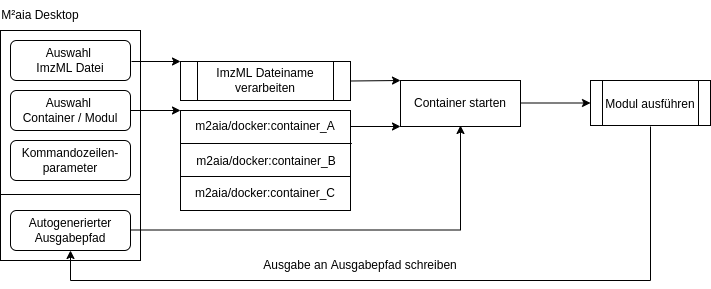
This is Architecture.png from L0ren2/M2aia-Docker, a draw.io export, as it was before one commit. Source tidied: cells renumbered, new cells last; positions are measured from the earlier drawing's top-left corner, leaving out a move shared by most shapes. Its diagram source:
```xml
<mxGraphModel>
  <root>
    <mxCell id="0" />
    <mxCell id="1" parent="0" />
    <mxCell id="2" style="whiteSpace=wrap;html=1;" parent="1" vertex="1">
      <mxGeometry y="30" width="140" height="230" as="geometry" />
    </mxCell>
    <mxCell id="3" value="M²aia Desktop" style="text;html=1;strokeColor=none;fillColor=none;align=center;verticalAlign=middle;whiteSpace=wrap;rounded=0;" parent="1" vertex="1">
      <mxGeometry width="80" height="30" as="geometry" />
    </mxCell>
    <mxCell id="4" style="rounded=1;whiteSpace=wrap;html=1;" parent="1" vertex="1">
      <mxGeometry x="10" y="40" width="120" height="40" as="geometry" />
    </mxCell>
    <mxCell id="5" value="Auswahl &lt;br&gt;ImzML Datei" style="text;html=1;strokeColor=none;fillColor=none;align=center;verticalAlign=middle;whiteSpace=wrap;rounded=0;" parent="1" vertex="1">
      <mxGeometry x="10" y="45" width="120" height="30" as="geometry" />
    </mxCell>
    <mxCell id="6" style="rounded=1;whiteSpace=wrap;html=1;" parent="1" vertex="1">
      <mxGeometry x="10" y="90" width="120" height="40" as="geometry" />
    </mxCell>
    <mxCell id="7" value="Auswahl &lt;br&gt;Container / Modul" style="text;html=1;strokeColor=none;fillColor=none;align=center;verticalAlign=middle;whiteSpace=wrap;rounded=0;" parent="1" vertex="1">
      <mxGeometry x="10" y="95" width="120" height="30" as="geometry" />
    </mxCell>
    <mxCell id="8" style="rounded=1;whiteSpace=wrap;html=1;" parent="1" vertex="1">
      <mxGeometry x="10" y="140" width="120" height="40" as="geometry" />
    </mxCell>
    <mxCell id="9" value="Kommandozeilen-parameter" style="text;html=1;strokeColor=none;fillColor=none;align=center;verticalAlign=middle;whiteSpace=wrap;rounded=0;" parent="1" vertex="1">
      <mxGeometry x="10" y="145" width="120" height="30" as="geometry" />
    </mxCell>
    <mxCell id="10" style="rounded=1;whiteSpace=wrap;html=1;" parent="1" vertex="1">
      <mxGeometry x="10" y="210" width="120" height="40" as="geometry" />
    </mxCell>
    <mxCell id="11" value="Autogenerierter Ausgabepfad" style="text;html=1;strokeColor=none;fillColor=none;align=center;verticalAlign=middle;whiteSpace=wrap;rounded=0;" parent="1" vertex="1">
      <mxGeometry x="10" y="215" width="120" height="30" as="geometry" />
    </mxCell>
    <mxCell id="12" style="endArrow=none;html=1;" parent="1" edge="1">
      <mxGeometry relative="1" as="geometry">
        <mxPoint y="194" as="sourcePoint" />
        <mxPoint x="140" y="194" as="targetPoint" />
      </mxGeometry>
    </mxCell>
    <mxCell id="13" style="rounded=0;whiteSpace=wrap;html=1;" parent="1" vertex="1">
      <mxGeometry x="180" y="110" width="170" height="100" as="geometry" />
    </mxCell>
    <mxCell id="14" style="endArrow=none;html=1;exitX=0;exitY=0.33;exitDx=0;exitDy=0;entryX=1.008;entryY=0.33;entryDx=0;entryDy=0;exitPerimeter=0;entryPerimeter=0;" parent="1" edge="1" source="13" target="13">
      <mxGeometry relative="1" as="geometry" />
    </mxCell>
    <mxCell id="15" style="endArrow=none;html=1;entryX=1;entryY=0.66;entryDx=0;entryDy=0;entryPerimeter=0;" parent="1" edge="1" target="13">
      <mxGeometry relative="1" as="geometry">
        <mxPoint x="180" y="176" as="sourcePoint" />
      </mxGeometry>
    </mxCell>
    <mxCell id="16" value="m2aia/docker:container_A" style="text;html=1;strokeColor=none;fillColor=none;align=center;verticalAlign=middle;whiteSpace=wrap;rounded=0;" parent="1" vertex="1">
      <mxGeometry x="180" y="111" width="170" height="30" as="geometry" />
    </mxCell>
    <mxCell id="17" value="m2aia/docker:container_B" style="text;html=1;strokeColor=none;fillColor=none;align=center;verticalAlign=middle;whiteSpace=wrap;rounded=0;" parent="1" vertex="1">
      <mxGeometry x="181" y="146" width="170" height="30" as="geometry" />
    </mxCell>
    <mxCell id="18" value="m2aia/docker:container_C" style="text;html=1;strokeColor=none;fillColor=none;align=center;verticalAlign=middle;whiteSpace=wrap;rounded=0;" parent="1" vertex="1">
      <mxGeometry x="180" y="178" width="170" height="30" as="geometry" />
    </mxCell>
    <mxCell id="19" style="endArrow=classic;html=1;exitX=1;exitY=0.5;exitDx=0;exitDy=0;entryX=0;entryY=0;entryDx=0;entryDy=0;" parent="1" edge="1" source="7" target="13">
      <mxGeometry relative="1" as="geometry" />
    </mxCell>
    <mxCell id="20" style="shape=process;whiteSpace=wrap;html=1;backgroundOutline=1;" parent="1" vertex="1">
      <mxGeometry x="180" y="61" width="170" height="39" as="geometry" />
    </mxCell>
    <mxCell id="21" value="ImzML Dateiname verarbeiten" style="text;html=1;strokeColor=none;fillColor=none;align=center;verticalAlign=middle;whiteSpace=wrap;rounded=0;" parent="1" vertex="1">
      <mxGeometry x="200" y="60" width="130" height="40" as="geometry" />
    </mxCell>
    <mxCell id="22" style="endArrow=classic;html=1;exitX=1;exitY=0.5;exitDx=0;exitDy=0;entryX=0;entryY=0;entryDx=0;entryDy=0;" parent="1" edge="1" target="20">
      <mxGeometry relative="1" as="geometry">
        <mxPoint x="131" y="61" as="sourcePoint" />
      </mxGeometry>
    </mxCell>
    <mxCell id="23" style="endArrow=classic;html=1;exitX=1;exitY=0.5;exitDx=0;exitDy=0;" parent="1" edge="1" source="16">
      <mxGeometry relative="1" as="geometry">
        <mxPoint x="400" y="126" as="targetPoint" />
      </mxGeometry>
    </mxCell>
    <mxCell id="24" style="endArrow=classic;html=1;exitX=1;exitY=0.5;exitDx=0;exitDy=0;entryX=0;entryY=0;entryDx=0;entryDy=0;" parent="1" edge="1" source="20" target="25">
      <mxGeometry relative="1" as="geometry" />
    </mxCell>
    <mxCell id="25" style="rounded=0;whiteSpace=wrap;html=1;" parent="1" vertex="1">
      <mxGeometry x="400" y="80" width="120" height="46" as="geometry" />
    </mxCell>
    <mxCell id="26" value="Container starten" style="text;html=1;strokeColor=none;fillColor=none;align=center;verticalAlign=middle;whiteSpace=wrap;rounded=0;" parent="1" vertex="1">
      <mxGeometry x="400" y="80" width="120" height="45" as="geometry" />
    </mxCell>
    <mxCell id="27" style="endArrow=classic;html=1;exitX=1;exitY=0.5;exitDx=0;exitDy=0;entryX=0.5;entryY=1;entryDx=0;entryDy=0;edgeStyle=orthogonalEdgeStyle;rounded=0;" parent="1" edge="1" target="26">
      <mxGeometry relative="1" as="geometry">
        <mxPoint x="131" y="229.5" as="sourcePoint" />
      </mxGeometry>
    </mxCell>
    <mxCell id="28" style="shape=process;whiteSpace=wrap;html=1;backgroundOutline=1;" parent="1" vertex="1">
      <mxGeometry x="590" y="80" width="120" height="45" as="geometry" />
    </mxCell>
    <mxCell id="29" style="endArrow=classic;html=1;rounded=0;exitX=1;exitY=0.5;exitDx=0;exitDy=0;entryX=0;entryY=0.5;entryDx=0;entryDy=0;" parent="1" edge="1" source="26" target="28">
      <mxGeometry relative="1" as="geometry" />
    </mxCell>
    <mxCell id="30" value="Modul ausführen" style="text;html=1;strokeColor=none;fillColor=none;align=center;verticalAlign=middle;whiteSpace=wrap;rounded=0;" parent="1" vertex="1">
      <mxGeometry x="600" y="81" width="100" height="45" as="geometry" />
    </mxCell>
    <mxCell id="31" style="endArrow=classic;html=1;rounded=0;entryX=0.5;entryY=1;entryDx=0;entryDy=0;exitX=0.5;exitY=1;exitDx=0;exitDy=0;" parent="1" edge="1" source="30" target="10">
      <mxGeometry relative="1" as="geometry">
        <Array as="points">
          <mxPoint x="650" y="280" />
          <mxPoint x="70" y="280" />
        </Array>
      </mxGeometry>
    </mxCell>
    <mxCell id="32" value="Ausgabe an Ausgabepfad schreiben" style="text;html=1;strokeColor=none;fillColor=none;align=center;verticalAlign=middle;whiteSpace=wrap;rounded=0;" parent="1" vertex="1">
      <mxGeometry x="70" y="250" width="580" height="30" as="geometry" />
    </mxCell>
  </root>
</mxGraphModel>
```
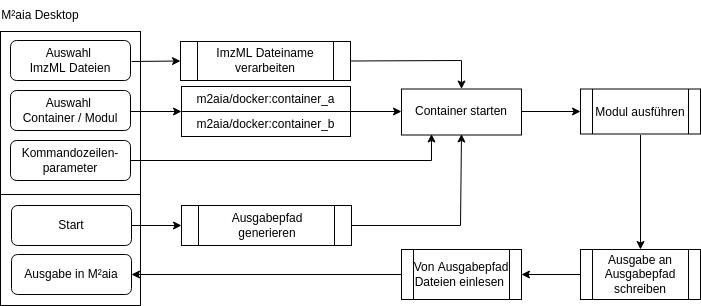
The same diagram one commit later.

Diff of the diagram source:
```diff
@@ -3,113 +3,143 @@
     <mxCell id="0" />
     <mxCell id="1" parent="0" />
     <mxCell id="2" style="whiteSpace=wrap;html=1;" parent="1" vertex="1">
-      <mxGeometry y="30" width="140" height="230" as="geometry" />
+      <mxGeometry y="-14" width="140" height="274" as="geometry" />
     </mxCell>
     <mxCell id="3" value="M²aia Desktop" style="text;html=1;strokeColor=none;fillColor=none;align=center;verticalAlign=middle;whiteSpace=wrap;rounded=0;" parent="1" vertex="1">
-      <mxGeometry width="80" height="30" as="geometry" />
+      <mxGeometry y="-45" width="80" height="30" as="geometry" />
     </mxCell>
     <mxCell id="4" style="rounded=1;whiteSpace=wrap;html=1;" parent="1" vertex="1">
-      <mxGeometry x="10" y="40" width="120" height="40" as="geometry" />
+      <mxGeometry x="10" y="-5" width="120" height="40" as="geometry" />
     </mxCell>
-    <mxCell id="5" value="Auswahl &lt;br&gt;ImzML Datei" style="text;html=1;strokeColor=none;fillColor=none;align=center;verticalAlign=middle;whiteSpace=wrap;rounded=0;" parent="1" vertex="1">
-      <mxGeometry x="10" y="45" width="120" height="30" as="geometry" />
+    <mxCell id="5" value="Auswahl &lt;br&gt;ImzML Dateien" style="text;html=1;strokeColor=none;fillColor=none;align=center;verticalAlign=middle;whiteSpace=wrap;rounded=0;" parent="1" vertex="1">
+      <mxGeometry x="10" width="120" height="30" as="geometry" />
     </mxCell>
     <mxCell id="6" style="rounded=1;whiteSpace=wrap;html=1;" parent="1" vertex="1">
-      <mxGeometry x="10" y="90" width="120" height="40" as="geometry" />
+      <mxGeometry x="10" y="45" width="120" height="40" as="geometry" />
     </mxCell>
     <mxCell id="7" value="Auswahl &lt;br&gt;Container / Modul" style="text;html=1;strokeColor=none;fillColor=none;align=center;verticalAlign=middle;whiteSpace=wrap;rounded=0;" parent="1" vertex="1">
-      <mxGeometry x="10" y="95" width="120" height="30" as="geometry" />
+      <mxGeometry x="10" y="50" width="120" height="30" as="geometry" />
     </mxCell>
     <mxCell id="8" style="rounded=1;whiteSpace=wrap;html=1;" parent="1" vertex="1">
-      <mxGeometry x="10" y="140" width="120" height="40" as="geometry" />
+      <mxGeometry x="10" y="95" width="120" height="40" as="geometry" />
     </mxCell>
     <mxCell id="9" value="Kommandozeilen-parameter" style="text;html=1;strokeColor=none;fillColor=none;align=center;verticalAlign=middle;whiteSpace=wrap;rounded=0;" parent="1" vertex="1">
-      <mxGeometry x="10" y="145" width="120" height="30" as="geometry" />
+      <mxGeometry x="10" y="100" width="120" height="30" as="geometry" />
     </mxCell>
     <mxCell id="10" style="rounded=1;whiteSpace=wrap;html=1;" parent="1" vertex="1">
-      <mxGeometry x="10" y="210" width="120" height="40" as="geometry" />
+      <mxGeometry x="11" y="209" width="120" height="40" as="geometry" />
     </mxCell>
-    <mxCell id="11" value="Autogenerierter Ausgabepfad" style="text;html=1;strokeColor=none;fillColor=none;align=center;verticalAlign=middle;whiteSpace=wrap;rounded=0;" parent="1" vertex="1">
-      <mxGeometry x="10" y="215" width="120" height="30" as="geometry" />
+    <mxCell id="11" value="Ausgabe in M²aia" style="text;html=1;strokeColor=none;fillColor=none;align=center;verticalAlign=middle;whiteSpace=wrap;rounded=0;" parent="1" vertex="1">
+      <mxGeometry x="11" y="214" width="120" height="30" as="geometry" />
     </mxCell>
     <mxCell id="12" style="endArrow=none;html=1;" parent="1" edge="1">
       <mxGeometry relative="1" as="geometry">
-        <mxPoint y="194" as="sourcePoint" />
-        <mxPoint x="140" y="194" as="targetPoint" />
+        <mxPoint y="149" as="sourcePoint" />
+        <mxPoint x="140" y="149" as="targetPoint" />
       </mxGeometry>
     </mxCell>
-    <mxCell id="13" style="rounded=0;whiteSpace=wrap;html=1;" parent="1" vertex="1">
-      <mxGeometry x="180" y="110" width="170" height="100" as="geometry" />
-    </mxCell>
-    <mxCell id="14" style="endArrow=none;html=1;exitX=0;exitY=0.33;exitDx=0;exitDy=0;entryX=1.008;entryY=0.33;entryDx=0;entryDy=0;exitPerimeter=0;entryPerimeter=0;" parent="1" edge="1" source="13" target="13">
-      <mxGeometry relative="1" as="geometry" />
-    </mxCell>
-    <mxCell id="15" style="endArrow=none;html=1;entryX=1;entryY=0.66;entryDx=0;entryDy=0;entryPerimeter=0;" parent="1" edge="1" target="13">
-      <mxGeometry relative="1" as="geometry">
-        <mxPoint x="180" y="176" as="sourcePoint" />
-      </mxGeometry>
-    </mxCell>
-    <mxCell id="16" value="m2aia/docker:container_A" style="text;html=1;strokeColor=none;fillColor=none;align=center;verticalAlign=middle;whiteSpace=wrap;rounded=0;" parent="1" vertex="1">
-      <mxGeometry x="180" y="111" width="170" height="30" as="geometry" />
-    </mxCell>
-    <mxCell id="17" value="m2aia/docker:container_B" style="text;html=1;strokeColor=none;fillColor=none;align=center;verticalAlign=middle;whiteSpace=wrap;rounded=0;" parent="1" vertex="1">
-      <mxGeometry x="181" y="146" width="170" height="30" as="geometry" />
-    </mxCell>
-    <mxCell id="18" value="m2aia/docker:container_C" style="text;html=1;strokeColor=none;fillColor=none;align=center;verticalAlign=middle;whiteSpace=wrap;rounded=0;" parent="1" vertex="1">
-      <mxGeometry x="180" y="178" width="170" height="30" as="geometry" />
-    </mxCell>
-    <mxCell id="19" style="endArrow=classic;html=1;exitX=1;exitY=0.5;exitDx=0;exitDy=0;entryX=0;entryY=0;entryDx=0;entryDy=0;" parent="1" edge="1" source="7" target="13">
-      <mxGeometry relative="1" as="geometry" />
+    <mxCell id="19" style="endArrow=classic;html=1;entryX=0;entryY=0.5;entryDx=0;entryDy=0;" parent="1" edge="1" target="45">
+      <mxGeometry relative="1" as="geometry">
+        <mxPoint x="130" y="66" as="sourcePoint" />
+      </mxGeometry>
     </mxCell>
     <mxCell id="20" style="shape=process;whiteSpace=wrap;html=1;backgroundOutline=1;" parent="1" vertex="1">
-      <mxGeometry x="180" y="61" width="170" height="39" as="geometry" />
+      <mxGeometry x="180" y="-4" width="170" height="39" as="geometry" />
     </mxCell>
     <mxCell id="21" value="ImzML Dateiname verarbeiten" style="text;html=1;strokeColor=none;fillColor=none;align=center;verticalAlign=middle;whiteSpace=wrap;rounded=0;" parent="1" vertex="1">
-      <mxGeometry x="200" y="60" width="130" height="40" as="geometry" />
+      <mxGeometry x="200" y="-5" width="130" height="40" as="geometry" />
     </mxCell>
-    <mxCell id="22" style="endArrow=classic;html=1;exitX=1;exitY=0.5;exitDx=0;exitDy=0;entryX=0;entryY=0;entryDx=0;entryDy=0;" parent="1" edge="1" target="20">
+    <mxCell id="22" style="endArrow=classic;html=1;exitX=1;exitY=0.5;exitDx=0;exitDy=0;entryX=0;entryY=0.5;entryDx=0;entryDy=0;" parent="1" edge="1" target="20">
       <mxGeometry relative="1" as="geometry">
-        <mxPoint x="131" y="61" as="sourcePoint" />
+        <mxPoint x="131" y="16" as="sourcePoint" />
       </mxGeometry>
     </mxCell>
-    <mxCell id="23" style="endArrow=classic;html=1;exitX=1;exitY=0.5;exitDx=0;exitDy=0;" parent="1" edge="1" source="16">
-      <mxGeometry relative="1" as="geometry">
-        <mxPoint x="400" y="126" as="targetPoint" />
-      </mxGeometry>
-    </mxCell>
-    <mxCell id="24" style="endArrow=classic;html=1;exitX=1;exitY=0.5;exitDx=0;exitDy=0;entryX=0;entryY=0;entryDx=0;entryDy=0;" parent="1" edge="1" source="20" target="25">
-      <mxGeometry relative="1" as="geometry" />
+    <mxCell id="24" style="endArrow=classic;html=1;exitX=1;exitY=0.5;exitDx=0;exitDy=0;rounded=0;entryX=0.5;entryY=0;entryDx=0;entryDy=0;" parent="1" edge="1" source="20" target="26">
+      <mxGeometry relative="1" as="geometry">
+        <Array as="points">
+          <mxPoint x="461" y="15" />
+        </Array>
+      </mxGeometry>
     </mxCell>
     <mxCell id="25" style="rounded=0;whiteSpace=wrap;html=1;" parent="1" vertex="1">
-      <mxGeometry x="400" y="80" width="120" height="46" as="geometry" />
+      <mxGeometry x="401" y="43.5" width="120" height="46" as="geometry" />
     </mxCell>
     <mxCell id="26" value="Container starten" style="text;html=1;strokeColor=none;fillColor=none;align=center;verticalAlign=middle;whiteSpace=wrap;rounded=0;" parent="1" vertex="1">
-      <mxGeometry x="400" y="80" width="120" height="45" as="geometry" />
+      <mxGeometry x="401" y="43.5" width="120" height="45" as="geometry" />
     </mxCell>
-    <mxCell id="27" style="endArrow=classic;html=1;exitX=1;exitY=0.5;exitDx=0;exitDy=0;entryX=0.5;entryY=1;entryDx=0;entryDy=0;edgeStyle=orthogonalEdgeStyle;rounded=0;" parent="1" edge="1" target="26">
-      <mxGeometry relative="1" as="geometry">
-        <mxPoint x="131" y="229.5" as="sourcePoint" />
-      </mxGeometry>
-    </mxCell>
     <mxCell id="28" style="shape=process;whiteSpace=wrap;html=1;backgroundOutline=1;" parent="1" vertex="1">
-      <mxGeometry x="590" y="80" width="120" height="45" as="geometry" />
+      <mxGeometry x="580" y="43.5" width="120" height="45" as="geometry" />
     </mxCell>
     <mxCell id="29" style="endArrow=classic;html=1;rounded=0;exitX=1;exitY=0.5;exitDx=0;exitDy=0;entryX=0;entryY=0.5;entryDx=0;entryDy=0;" parent="1" edge="1" source="26" target="28">
       <mxGeometry relative="1" as="geometry" />
     </mxCell>
     <mxCell id="30" value="Modul ausführen" style="text;html=1;strokeColor=none;fillColor=none;align=center;verticalAlign=middle;whiteSpace=wrap;rounded=0;" parent="1" vertex="1">
-      <mxGeometry x="600" y="81" width="100" height="45" as="geometry" />
+      <mxGeometry x="590" y="44.5" width="100" height="45" as="geometry" />
     </mxCell>
-    <mxCell id="31" style="endArrow=classic;html=1;rounded=0;entryX=0.5;entryY=1;entryDx=0;entryDy=0;exitX=0.5;exitY=1;exitDx=0;exitDy=0;" parent="1" edge="1" source="30" target="10">
-      <mxGeometry relative="1" as="geometry">
-        <Array as="points">
-          <mxPoint x="650" y="280" />
-          <mxPoint x="70" y="280" />
-        </Array>
-      </mxGeometry>
-    </mxCell>
+    <mxCell id="33" style="shape=process;whiteSpace=wrap;html=1;backgroundOutline=1;" parent="1" vertex="1">
+      <mxGeometry x="401" y="204" width="120" height="50" as="geometry" />
+    </mxCell>
+    <mxCell id="34" value="Von Ausgabepfad Dateien einlesen&amp;nbsp;" style="text;html=1;strokeColor=none;fillColor=none;align=center;verticalAlign=middle;whiteSpace=wrap;rounded=0;" parent="1" vertex="1">
+      <mxGeometry x="411" y="204" width="100" height="50" as="geometry" />
+    </mxCell>
+    <mxCell id="35" style="shape=process;whiteSpace=wrap;html=1;backgroundOutline=1;" parent="1" vertex="1">
+      <mxGeometry x="580" y="204" width="120" height="50" as="geometry" />
+    </mxCell>
     <mxCell id="32" value="Ausgabe an Ausgabepfad schreiben" style="text;html=1;strokeColor=none;fillColor=none;align=center;verticalAlign=middle;whiteSpace=wrap;rounded=0;" parent="1" vertex="1">
-      <mxGeometry x="70" y="250" width="580" height="30" as="geometry" />
+      <mxGeometry x="590" y="204" width="100" height="50" as="geometry" />
     </mxCell>
+    <mxCell id="36" style="endArrow=classic;html=1;exitX=0;exitY=0.5;exitDx=0;exitDy=0;entryX=1;entryY=0.5;entryDx=0;entryDy=0;" parent="1" edge="1" source="33" target="11">
+      <mxGeometry relative="1" as="geometry" />
+    </mxCell>
+    <mxCell id="37" style="endArrow=classic;html=1;exitX=0;exitY=0.5;exitDx=0;exitDy=0;entryX=1;entryY=0.5;entryDx=0;entryDy=0;" parent="1" edge="1" source="35" target="33">
+      <mxGeometry relative="1" as="geometry" />
+    </mxCell>
+    <mxCell id="38" style="endArrow=classic;html=1;exitX=0.5;exitY=1;exitDx=0;exitDy=0;entryX=0.5;entryY=0;entryDx=0;entryDy=0;" parent="1" edge="1" source="30" target="32">
+      <mxGeometry relative="1" as="geometry" />
+    </mxCell>
+    <mxCell id="39" style="shape=process;whiteSpace=wrap;html=1;backgroundOutline=1;" parent="1" vertex="1">
+      <mxGeometry x="181" y="160" width="170" height="40" as="geometry" />
+    </mxCell>
+    <mxCell id="40" value="Ausgabepfad generieren" style="text;html=1;strokeColor=none;fillColor=none;align=center;verticalAlign=middle;whiteSpace=wrap;rounded=0;" parent="1" vertex="1">
+      <mxGeometry x="202" y="160" width="130" height="40" as="geometry" />
+    </mxCell>
+    <mxCell id="41" style="rounded=1;whiteSpace=wrap;html=1;" parent="1" vertex="1">
+      <mxGeometry x="11" y="160" width="120" height="40" as="geometry" />
+    </mxCell>
+    <mxCell id="42" value="Start" style="text;html=1;strokeColor=none;fillColor=none;align=center;verticalAlign=middle;whiteSpace=wrap;rounded=0;" parent="1" vertex="1">
+      <mxGeometry x="11" y="165" width="120" height="30" as="geometry" />
+    </mxCell>
+    <mxCell id="43" style="endArrow=classic;html=1;rounded=0;exitX=1;exitY=0.5;exitDx=0;exitDy=0;entryX=0;entryY=0.5;entryDx=0;entryDy=0;" parent="1" edge="1" source="42" target="39">
+      <mxGeometry relative="1" as="geometry" />
+    </mxCell>
+    <mxCell id="44" style="endArrow=classic;html=1;rounded=0;exitX=1;exitY=0.5;exitDx=0;exitDy=0;entryX=0.5;entryY=1;entryDx=0;entryDy=0;" parent="1" edge="1" source="39" target="26">
+      <mxGeometry relative="1" as="geometry">
+        <Array as="points">
+          <mxPoint x="460" y="180" />
+        </Array>
+      </mxGeometry>
+    </mxCell>
+    <mxCell id="45" style="rounded=0;whiteSpace=wrap;html=1;" parent="1" vertex="1">
+      <mxGeometry x="181" y="41" width="169" height="50" as="geometry" />
+    </mxCell>
+    <mxCell id="46" style="endArrow=classic;html=1;rounded=0;entryX=0;entryY=0.5;entryDx=0;entryDy=0;exitX=1;exitY=0.5;exitDx=0;exitDy=0;" parent="1" edge="1" source="45" target="26">
+      <mxGeometry relative="1" as="geometry" />
+    </mxCell>
+    <mxCell id="47" style="endArrow=none;html=1;rounded=0;exitX=0;exitY=0.5;exitDx=0;exitDy=0;entryX=1;entryY=0.5;entryDx=0;entryDy=0;" parent="1" edge="1" source="45" target="45">
+      <mxGeometry relative="1" as="geometry" />
+    </mxCell>
+    <mxCell id="48" value="m2aia/docker:container_a" style="text;html=1;strokeColor=none;fillColor=none;align=center;verticalAlign=middle;whiteSpace=wrap;rounded=0;" parent="1" vertex="1">
+      <mxGeometry x="181" y="41" width="169" height="25" as="geometry" />
+    </mxCell>
+    <mxCell id="49" value="m2aia/docker:container_b" style="text;html=1;strokeColor=none;fillColor=none;align=center;verticalAlign=middle;whiteSpace=wrap;rounded=0;" parent="1" vertex="1">
+      <mxGeometry x="181" y="66" width="169" height="25" as="geometry" />
+    </mxCell>
+    <mxCell id="50" style="endArrow=classic;html=1;rounded=0;exitX=1;exitY=0.5;exitDx=0;exitDy=0;entryX=0.25;entryY=1;entryDx=0;entryDy=0;" parent="1" edge="1" source="9" target="26">
+      <mxGeometry relative="1" as="geometry">
+        <Array as="points">
+          <mxPoint x="431" y="115" />
+        </Array>
+      </mxGeometry>
+    </mxCell>
   </root>
 </mxGraphModel>
```
